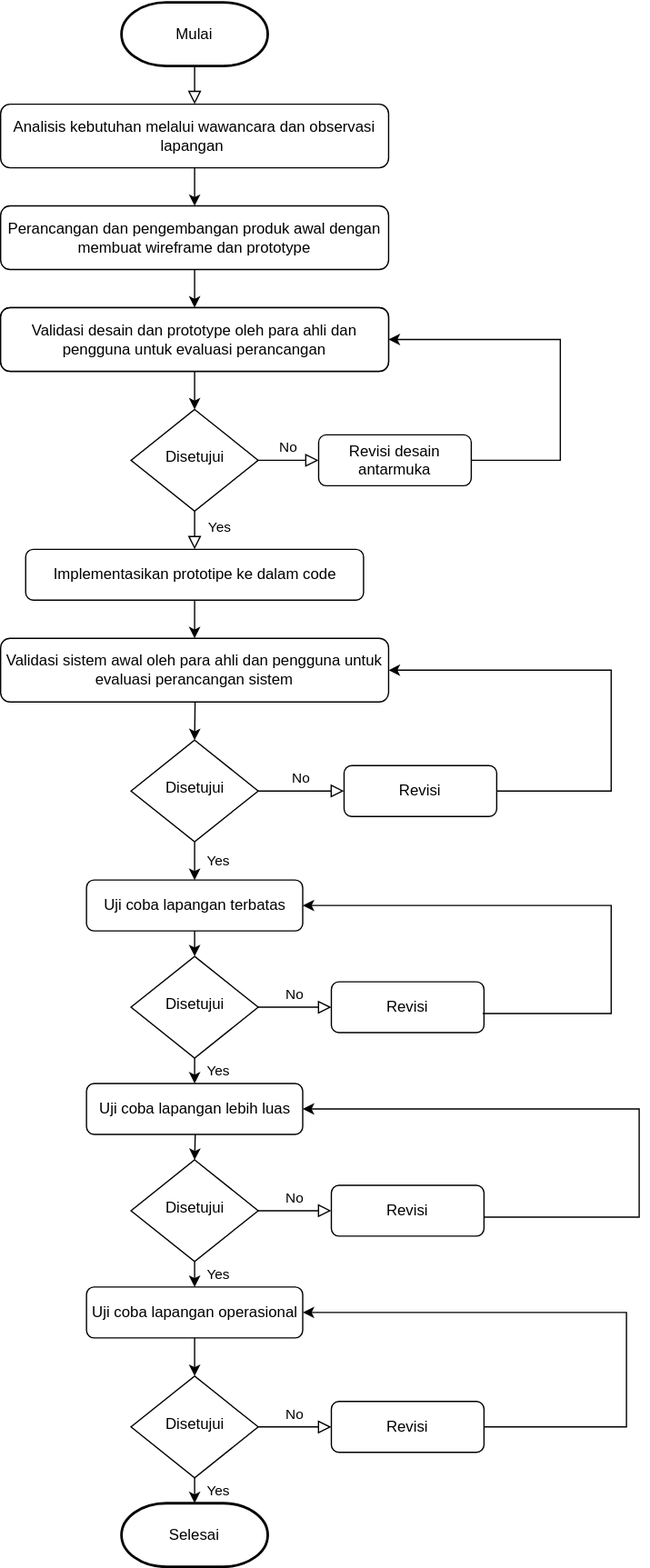
Before: flowchart skripsi.drawio.svg, a diagram exported from draw.io (evaald/evaald239.github.io). Source tidied: cells renumbered, new cells last; positions are measured from the earlier drawing's top-left corner, leaving out a move shared by most shapes.
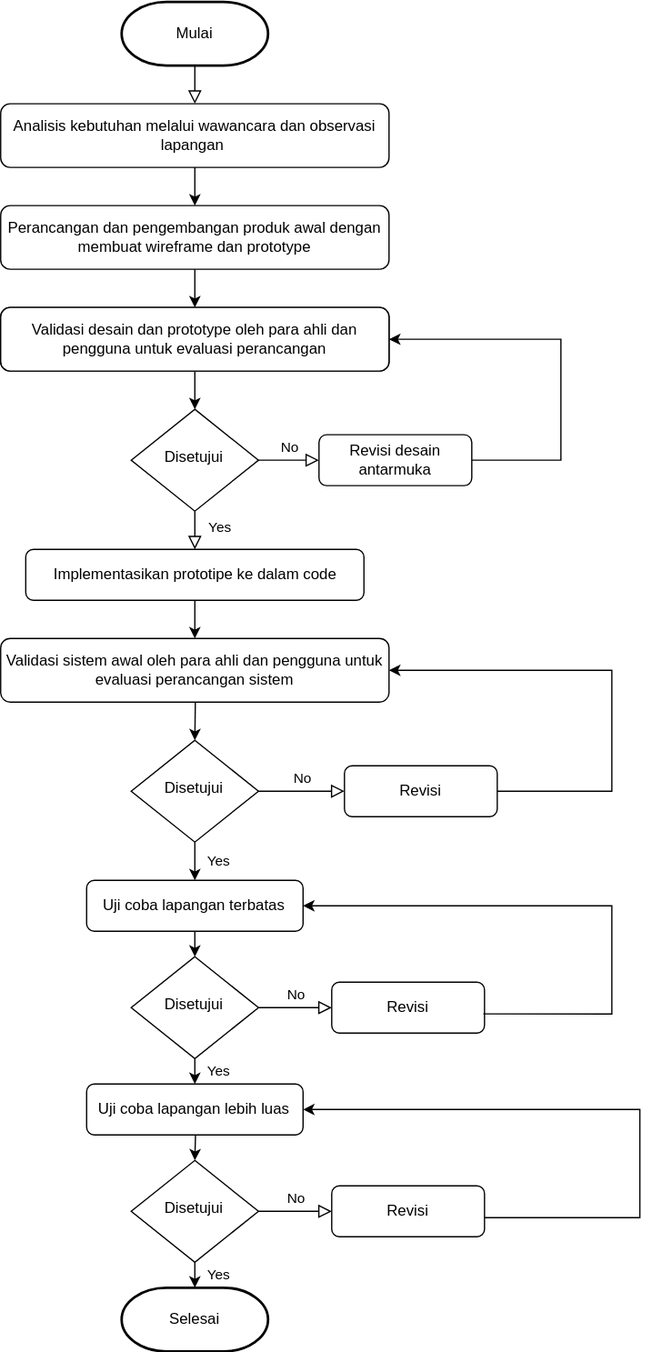
Above is the later version.

Change to the diagram source:
```diff
@@ -58,7 +58,7 @@
       <mxGeometry x="270" y="600" width="120" height="40" as="geometry" />
     </mxCell>
     <mxCell id="19" value="Selesai" style="strokeWidth=2;html=1;shape=mxgraph.flowchart.terminator;whiteSpace=wrap;" parent="1" vertex="1">
-      <mxGeometry x="95" y="1180" width="115" height="50" as="geometry" />
+      <mxGeometry x="95" y="1010" width="115" height="50" as="geometry" />
     </mxCell>
     <mxCell id="20" value="Validasi desain dan prototype oleh para ahli dan pengguna untuk evaluasi perancangan" style="rounded=1;whiteSpace=wrap;html=1;fontSize=12;glass=0;strokeWidth=1;shadow=0;" parent="1" vertex="1">
       <mxGeometry y="240" width="305" height="50" as="geometry" />
@@ -107,27 +107,11 @@
         <mxPoint x="153" y="890" as="sourcePoint" />
       </mxGeometry>
     </mxCell>
-    <mxCell id="35" value="Yes" style="endArrow=classic;html=1;rounded=0;entryX=0.5;entryY=0;entryDx=0;entryDy=0;" parent="1" edge="1" source="31" target="36">
-      <mxGeometry x="-0.01" y="18" relative="1" as="geometry" />
+    <mxCell id="35" value="Yes" style="endArrow=classic;html=1;rounded=0;entryX=0.5;entryY=0;entryDx=0;entryDy=0;" parent="1" edge="1" source="31">
+      <mxGeometry x="-0.01" y="18" relative="1" as="geometry">
+        <mxPoint x="152.5" y="1010" as="targetPoint" />
+      </mxGeometry>
     </mxCell>
-    <mxCell id="36" value="Uji coba lapangan operasional" style="rounded=1;whiteSpace=wrap;html=1;fontSize=12;glass=0;strokeWidth=1;shadow=0;" parent="1" vertex="1">
-      <mxGeometry x="67.5" y="1010" width="170" height="40" as="geometry" />
-    </mxCell>
-    <mxCell id="37" style="endArrow=classic;html=1;rounded=0;exitX=0.5;exitY=1;exitDx=0;exitDy=0;entryX=0.5;entryY=0;entryDx=0;entryDy=0;" parent="1" edge="1" source="36" target="38">
-      <mxGeometry relative="1" as="geometry" />
-    </mxCell>
-    <mxCell id="38" value="Disetujui" style="rhombus;whiteSpace=wrap;html=1;shadow=0;fontFamily=Helvetica;fontSize=12;align=center;strokeWidth=1;spacing=6;spacingTop=-4;" parent="1" vertex="1">
-      <mxGeometry x="102.5" y="1080" width="100" height="80" as="geometry" />
-    </mxCell>
-    <mxCell id="39" value="No" style="edgeStyle=orthogonalEdgeStyle;rounded=0;html=1;jettySize=auto;fontSize=11;endArrow=block;endFill=0;endSize=8;strokeWidth=1;shadow=0;labelBackgroundColor=none;exitX=1;exitY=0.5;exitDx=0;exitDy=0;entryX=0;entryY=0.5;entryDx=0;entryDy=0;" parent="1" edge="1" source="38" target="40">
-      <mxGeometry y="10" relative="1" as="geometry" />
-    </mxCell>
-    <mxCell id="40" value="Revisi" style="rounded=1;whiteSpace=wrap;html=1;fontSize=12;glass=0;strokeWidth=1;shadow=0;" parent="1" vertex="1">
-      <mxGeometry x="260" y="1100" width="120" height="40" as="geometry" />
-    </mxCell>
-    <mxCell id="41" value="Yes" style="endArrow=classic;html=1;rounded=0;entryX=0.5;entryY=0;entryDx=0;entryDy=0;entryPerimeter=0;" parent="1" edge="1" source="38" target="19">
-      <mxGeometry x="-0.01" y="18" relative="1" as="geometry" />
-    </mxCell>
     <mxCell id="42" style="endArrow=classic;html=1;rounded=0;exitX=1;exitY=0.5;exitDx=0;exitDy=0;entryX=1;entryY=0.5;entryDx=0;entryDy=0;" parent="1" edge="1" source="7" target="20">
       <mxGeometry relative="1" as="geometry">
         <Array as="points">
@@ -160,13 +144,5 @@
         </Array>
       </mxGeometry>
     </mxCell>
-    <mxCell id="46" style="endArrow=classic;html=1;rounded=0;exitX=1;exitY=0.5;exitDx=0;exitDy=0;entryX=1;entryY=0.5;entryDx=0;entryDy=0;" parent="1" edge="1" source="40" target="36">
-      <mxGeometry relative="1" as="geometry">
-        <Array as="points">
-          <mxPoint x="492" y="1120" />
-          <mxPoint x="492" y="1030" />
-        </Array>
-      </mxGeometry>
-    </mxCell>
   </root>
 </mxGraphModel>
```
